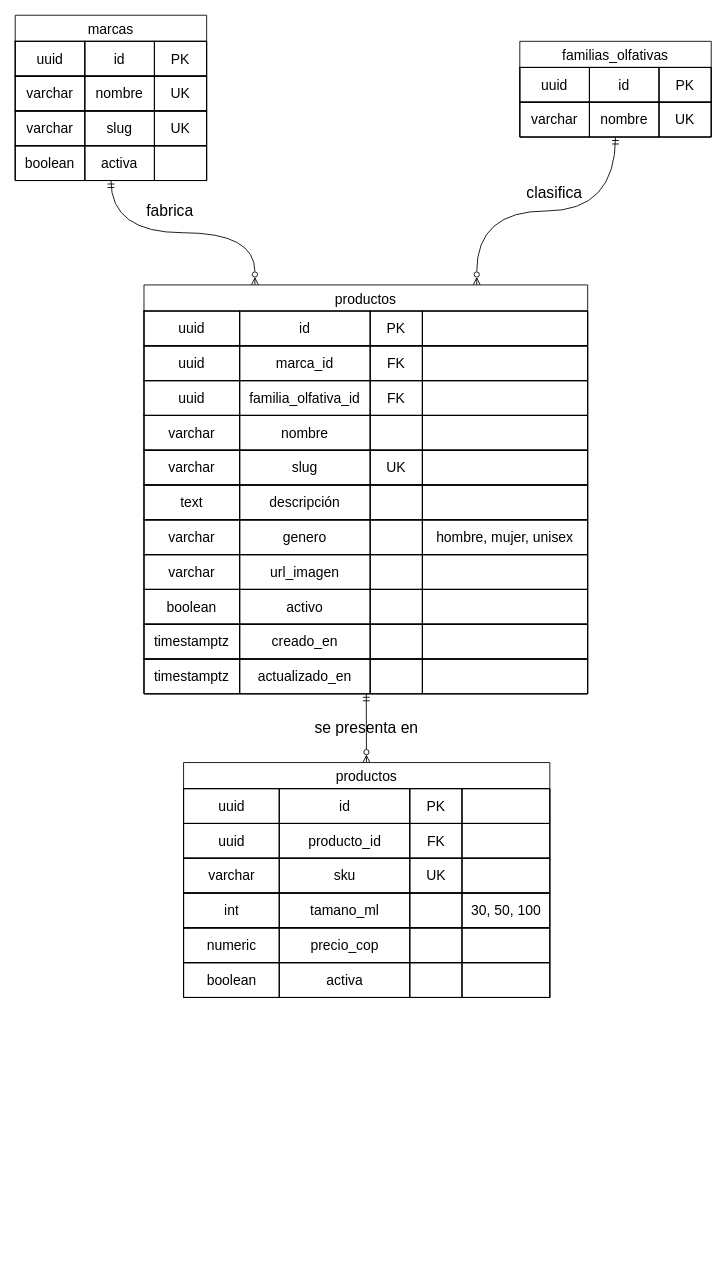
The draw.io diagram Databases/docs/er-catalog_db.drawio in AgudeloAlexander623/PerfumesPAYDAY, before the edit. Source tidied: cells renumbered, new cells numbered last; positions are measured from the earlier drawing's top-left corner, leaving out a move shared by most shapes. Both pictures are drawn from the tidied source at 87%, with x=0, y=0 at pixel (15, 15).
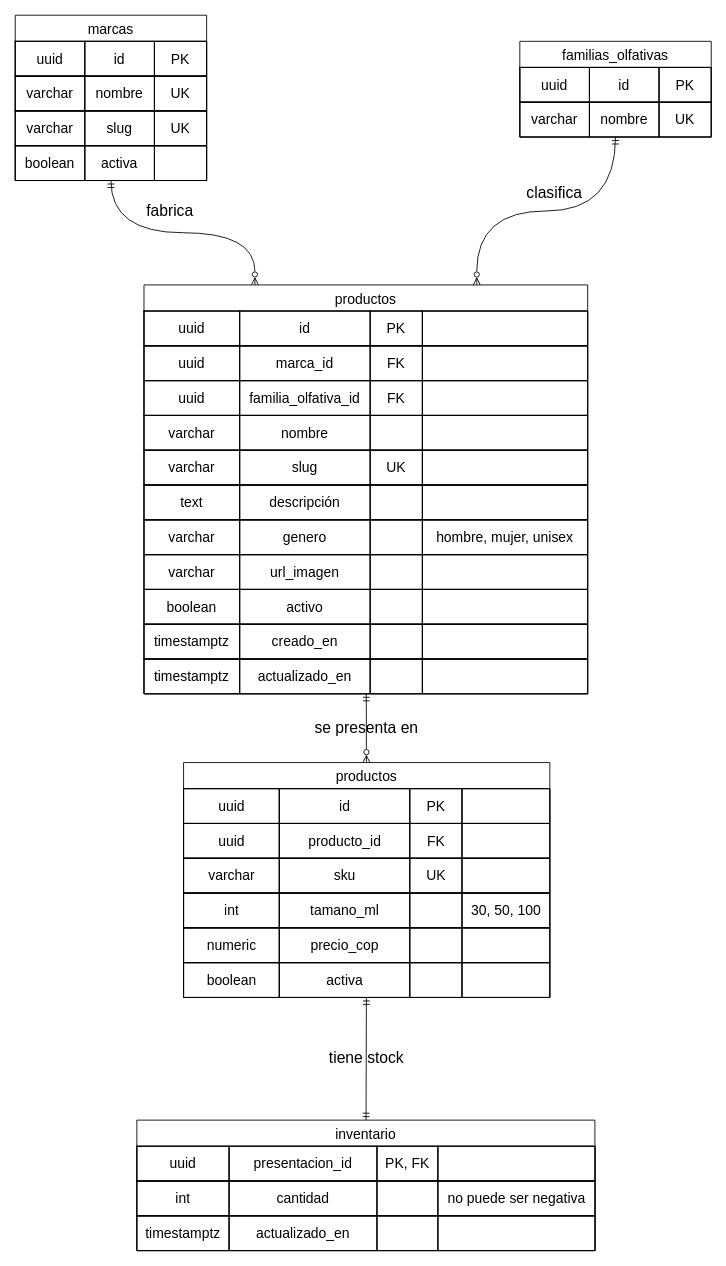
After the change.

Commit message:
actualizacion ER_catalog para manejar stock

The change refers to these unchanged cells:
```xml
<mxCell id="87" value="productos" style="shape=table;tableRender=collapsed;startSize=30;childLayout=tableLayout;strokeColor=default;fontSize=16;" parent="1" vertex="1">
  <mxGeometry x="193.5" y="859" width="421" height="270" as="geometry" />
</mxCell>
```

Diff of the diagram source:
```diff
@@
+    <mxCell id="121" style="edgeStyle=none;html=1;startArrow=ERmandOne;startFill=0;endArrow=ERmandOne;endFill=0;" parent="1" edge="1" source="87" target="122">
+      <mxGeometry relative="1" as="geometry" />
+    </mxCell>
@@
+    <mxCell id="122" value="inventario" style="shape=table;tableRender=collapsed;startSize=30;childLayout=tableLayout;strokeColor=default;fontSize=16;" parent="1" vertex="1">
+      <mxGeometry x="139.8" y="1270" width="526.5" height="150" as="geometry" />
+    </mxCell>
+    <mxCell id="123" style="shape=tableRow;horizontal=0;startSize=0;swimlaneHead=0;swimlaneBody=0;strokeColor=inherit;fillColor=none;fontSize=16;" parent="122" vertex="1">
+      <mxGeometry y="30" width="526.5" height="40" as="geometry" />
+    </mxCell>
+    <mxCell id="124" value="uuid" style="shape=partialRectangle;html=1;whiteSpace=wrap;strokeColor=inherit;overflow=hidden;fillColor=none;fontSize=16;" parent="123" vertex="1">
+      <mxGeometry width="106" height="40" as="geometry" />
+    </mxCell>
+    <mxCell id="125" value="presentacion_id" style="shape=partialRectangle;html=1;whiteSpace=wrap;strokeColor=inherit;overflow=hidden;fillColor=none;fontSize=16;" parent="123" vertex="1">
+      <mxGeometry x="106" width="170" height="40" as="geometry" />
+    </mxCell>
+    <mxCell id="126" value="PK, FK" style="shape=partialRectangle;html=1;whiteSpace=wrap;strokeColor=inherit;overflow=hidden;fillColor=none;fontSize=16;" parent="123" vertex="1">
+      <mxGeometry x="276" width="70" height="40" as="geometry" />
+    </mxCell>
+    <mxCell id="127" style="shape=partialRectangle;html=1;whiteSpace=wrap;strokeColor=inherit;overflow=hidden;fillColor=none;fontSize=16;" parent="123" vertex="1">
+      <mxGeometry x="346" width="181" height="40" as="geometry" />
+    </mxCell>
+    <mxCell id="128" style="shape=tableRow;horizontal=0;startSize=0;swimlaneHead=0;swimlaneBody=0;strokeColor=inherit;fillColor=none;fontSize=16;" parent="122" vertex="1">
+      <mxGeometry y="70" width="526.5" height="40" as="geometry" />
+    </mxCell>
+    <mxCell id="129" value="int" style="shape=partialRectangle;html=1;whiteSpace=wrap;strokeColor=inherit;overflow=hidden;fillColor=none;fontSize=16;" parent="128" vertex="1">
+      <mxGeometry width="106" height="40" as="geometry" />
+    </mxCell>
+    <mxCell id="130" value="cantidad" style="shape=partialRectangle;html=1;whiteSpace=wrap;strokeColor=inherit;overflow=hidden;fillColor=none;fontSize=16;" parent="128" vertex="1">
+      <mxGeometry x="106" width="170" height="40" as="geometry" />
+    </mxCell>
+    <mxCell id="131" style="shape=partialRectangle;html=1;whiteSpace=wrap;strokeColor=inherit;overflow=hidden;fillColor=none;fontSize=16;" parent="128" vertex="1">
+      <mxGeometry x="276" width="70" height="40" as="geometry" />
+    </mxCell>
+    <mxCell id="132" value="no puede ser negativa" style="shape=partialRectangle;html=1;whiteSpace=wrap;strokeColor=inherit;overflow=hidden;fillColor=none;fontSize=16;" parent="128" vertex="1">
+      <mxGeometry x="346" width="181" height="40" as="geometry" />
+    </mxCell>
+    <mxCell id="133" style="shape=tableRow;horizontal=0;startSize=0;swimlaneHead=0;swimlaneBody=0;strokeColor=inherit;fillColor=none;fontSize=16;" parent="122" vertex="1">
+      <mxGeometry y="110" width="526.5" height="40" as="geometry" />
+    </mxCell>
+    <mxCell id="134" value="timestamptz" style="shape=partialRectangle;html=1;whiteSpace=wrap;strokeColor=inherit;overflow=hidden;fillColor=none;fontSize=16;" parent="133" vertex="1">
+      <mxGeometry width="106" height="40" as="geometry" />
+    </mxCell>
+    <mxCell id="135" value="actualizado_en" style="shape=partialRectangle;html=1;whiteSpace=wrap;strokeColor=inherit;overflow=hidden;fillColor=none;fontSize=16;" parent="133" vertex="1">
+      <mxGeometry x="106" width="170" height="40" as="geometry" />
+    </mxCell>
+    <mxCell id="136" style="shape=partialRectangle;html=1;whiteSpace=wrap;strokeColor=inherit;overflow=hidden;fillColor=none;fontSize=16;" parent="133" vertex="1">
+      <mxGeometry x="276" width="70" height="40" as="geometry" />
+    </mxCell>
+    <mxCell id="137" style="shape=partialRectangle;html=1;whiteSpace=wrap;strokeColor=inherit;overflow=hidden;fillColor=none;fontSize=16;" parent="133" vertex="1">
+      <mxGeometry x="346" width="181" height="40" as="geometry" />
+    </mxCell>
+    <mxCell id="138" value="&lt;font style=&quot;font-size: 18px;&quot;&gt;tiene stock&lt;/font&gt;" style="text;html=1;whiteSpace=wrap;strokeColor=none;fillColor=none;align=center;verticalAlign=middle;rounded=0;" parent="1" vertex="1">
+      <mxGeometry x="331" y="1184" width="146" height="30" as="geometry" />
+    </mxCell>
```
